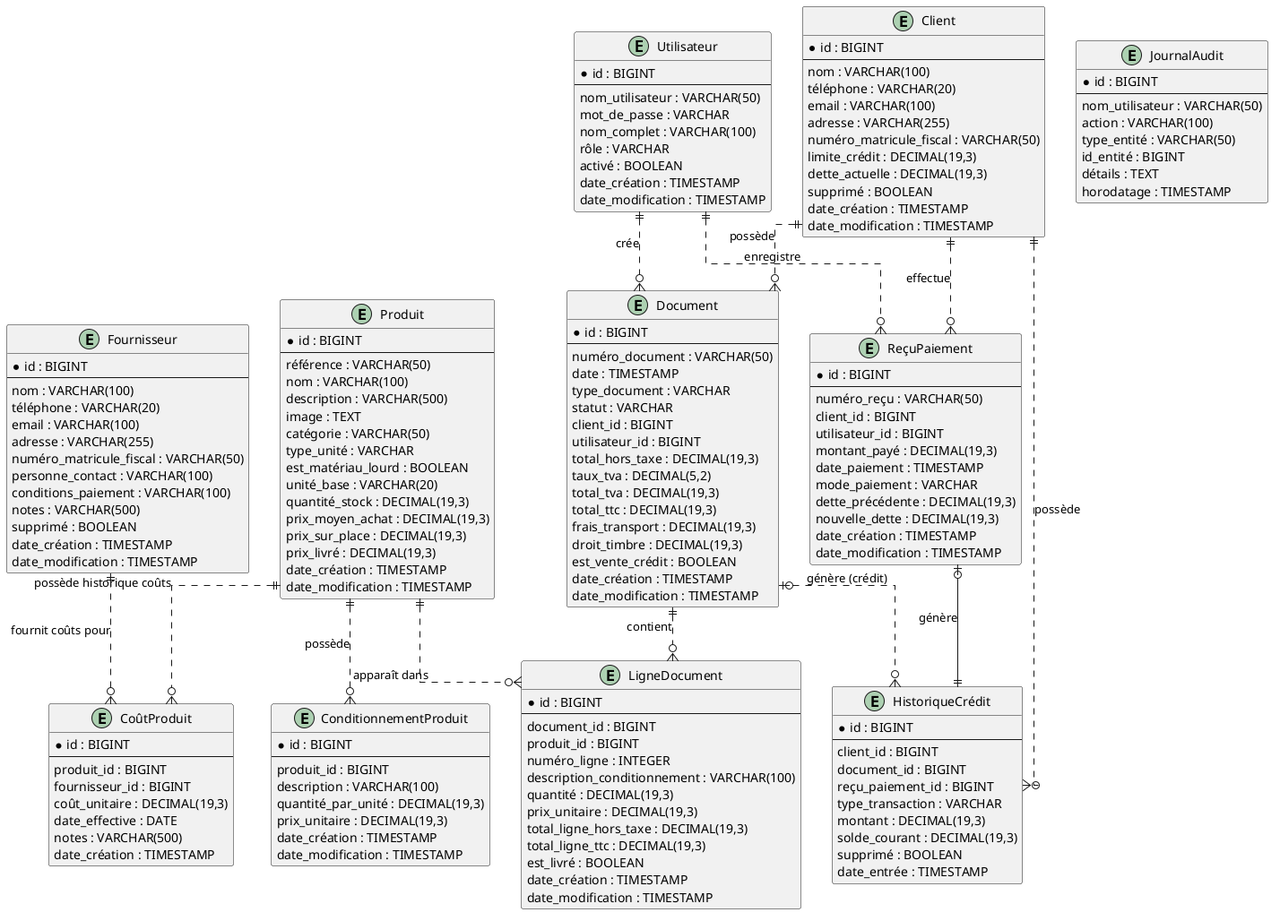
The PlantUML diagram docs/images/Relations-Entites-Magasin-Materiaux.png in mAmineChniti/hardware_store, before a commit. Its diagram source:
```plantuml
@startuml Relations Entités - Magasin de Matériaux

skinparam linetype ortho

entity "Utilisateur" as utilisateur {
  *id : BIGINT
  --
  nom_utilisateur : VARCHAR(50)
  mot_de_passe : VARCHAR
  nom_complet : VARCHAR(100)
  rôle : VARCHAR
  activé : BOOLEAN
  date_création : TIMESTAMP
  date_modification : TIMESTAMP
}

entity "Client" as client {
  *id : BIGINT
  --
  nom : VARCHAR(100)
  téléphone : VARCHAR(20)
  email : VARCHAR(100)
  adresse : VARCHAR(255)
  numéro_matricule_fiscal : VARCHAR(50)
  limite_crédit : DECIMAL(19,3)
  dette_actuelle : DECIMAL(19,3)
  supprimé : BOOLEAN
  date_création : TIMESTAMP
  date_modification : TIMESTAMP
}

entity "Fournisseur" as fournisseur {
  *id : BIGINT
  --
  nom : VARCHAR(100)
  téléphone : VARCHAR(20)
  email : VARCHAR(100)
  adresse : VARCHAR(255)
  numéro_matricule_fiscal : VARCHAR(50)
  personne_contact : VARCHAR(100)
  conditions_paiement : VARCHAR(100)
  notes : VARCHAR(500)
  supprimé : BOOLEAN
  date_création : TIMESTAMP
  date_modification : TIMESTAMP
}

entity "Produit" as produit {
  *id : BIGINT
  --
  référence : VARCHAR(50)
  nom : VARCHAR(100)
  description : VARCHAR(500)
  image : TEXT
  catégorie : VARCHAR(50)
  type_unité : VARCHAR
  est_matériau_lourd : BOOLEAN
  unité_base : VARCHAR(20)
  quantité_stock : DECIMAL(19,3)
  prix_moyen_achat : DECIMAL(19,3)
  prix_sur_place : DECIMAL(19,3)
  prix_livré : DECIMAL(19,3)
  date_création : TIMESTAMP
  date_modification : TIMESTAMP
}

entity "ConditionnementProduit" as conditionnement {
  *id : BIGINT
  --
  produit_id : BIGINT
  description : VARCHAR(100)
  quantité_par_unité : DECIMAL(19,3)
  prix_unitaire : DECIMAL(19,3)
  date_création : TIMESTAMP
  date_modification : TIMESTAMP
}

entity "CoûtProduit" as coût_produit {
  *id : BIGINT
  --
  produit_id : BIGINT
  fournisseur_id : BIGINT
  coût_unitaire : DECIMAL(19,3)
  date_effective : DATE
  notes : VARCHAR(500)
  date_création : TIMESTAMP
}

entity "Document" as document {
  *id : BIGINT
  --
  numéro_document : VARCHAR(50)
  date : TIMESTAMP
  type_document : VARCHAR
  statut : VARCHAR
  client_id : BIGINT
  utilisateur_id : BIGINT
  total_hors_taxe : DECIMAL(19,3)
  taux_tva : DECIMAL(5,2)
  total_tva : DECIMAL(19,3)
  total_ttc : DECIMAL(19,3)
  frais_transport : DECIMAL(19,3)
  droit_timbre : DECIMAL(19,3)
  est_vente_crédit : BOOLEAN
  date_création : TIMESTAMP
  date_modification : TIMESTAMP
}

entity "LigneDocument" as ligne_document {
  *id : BIGINT
  --
  document_id : BIGINT
  produit_id : BIGINT
  numéro_ligne : INTEGER
  description_conditionnement : VARCHAR(100)
  quantité : DECIMAL(19,3)
  prix_unitaire : DECIMAL(19,3)
  total_ligne_hors_taxe : DECIMAL(19,3)
  total_ligne_ttc : DECIMAL(19,3)
  est_livré : BOOLEAN
  date_création : TIMESTAMP
  date_modification : TIMESTAMP
}

entity "ReçuPaiement" as reçu_paiement {
  *id : BIGINT
  --
  numéro_reçu : VARCHAR(50)
  client_id : BIGINT
  utilisateur_id : BIGINT
  montant_payé : DECIMAL(19,3)
  date_paiement : TIMESTAMP
  mode_paiement : VARCHAR
  dette_précédente : DECIMAL(19,3)
  nouvelle_dette : DECIMAL(19,3)
  date_création : TIMESTAMP
  date_modification : TIMESTAMP
}

entity "HistoriqueCrédit" as historique_crédit {
  *id : BIGINT
  --
  client_id : BIGINT
  document_id : BIGINT
  reçu_paiement_id : BIGINT
  type_transaction : VARCHAR
  montant : DECIMAL(19,3)
  solde_courant : DECIMAL(19,3)
  supprimé : BOOLEAN
  date_entrée : TIMESTAMP
}

entity "JournalAudit" as journal_audit {
  *id : BIGINT
  --
  nom_utilisateur : VARCHAR(50)
  action : VARCHAR(100)
  type_entité : VARCHAR(50)
  id_entité : BIGINT
  détails : TEXT
  horodatage : TIMESTAMP
}


utilisateur ||..o{ document : "crée"
utilisateur ||..o{ reçu_paiement : "enregistre"

client ||..o{ document : "possède"
client ||..o{ reçu_paiement : "effectue"
client ||..o{ historique_crédit : "possède"

produit ||..o{ conditionnement : "possède"
produit ||..o{ coût_produit : "possède historique coûts"
produit ||..o{ ligne_document : "apparaît dans"

fournisseur ||..o{ coût_produit : "fournit coûts pour"

document ||..o{ ligne_document : "contient"
document |o..o{ historique_crédit : "génère (crédit)"

reçu_paiement |o--|| historique_crédit : "génère"

@enduml
```
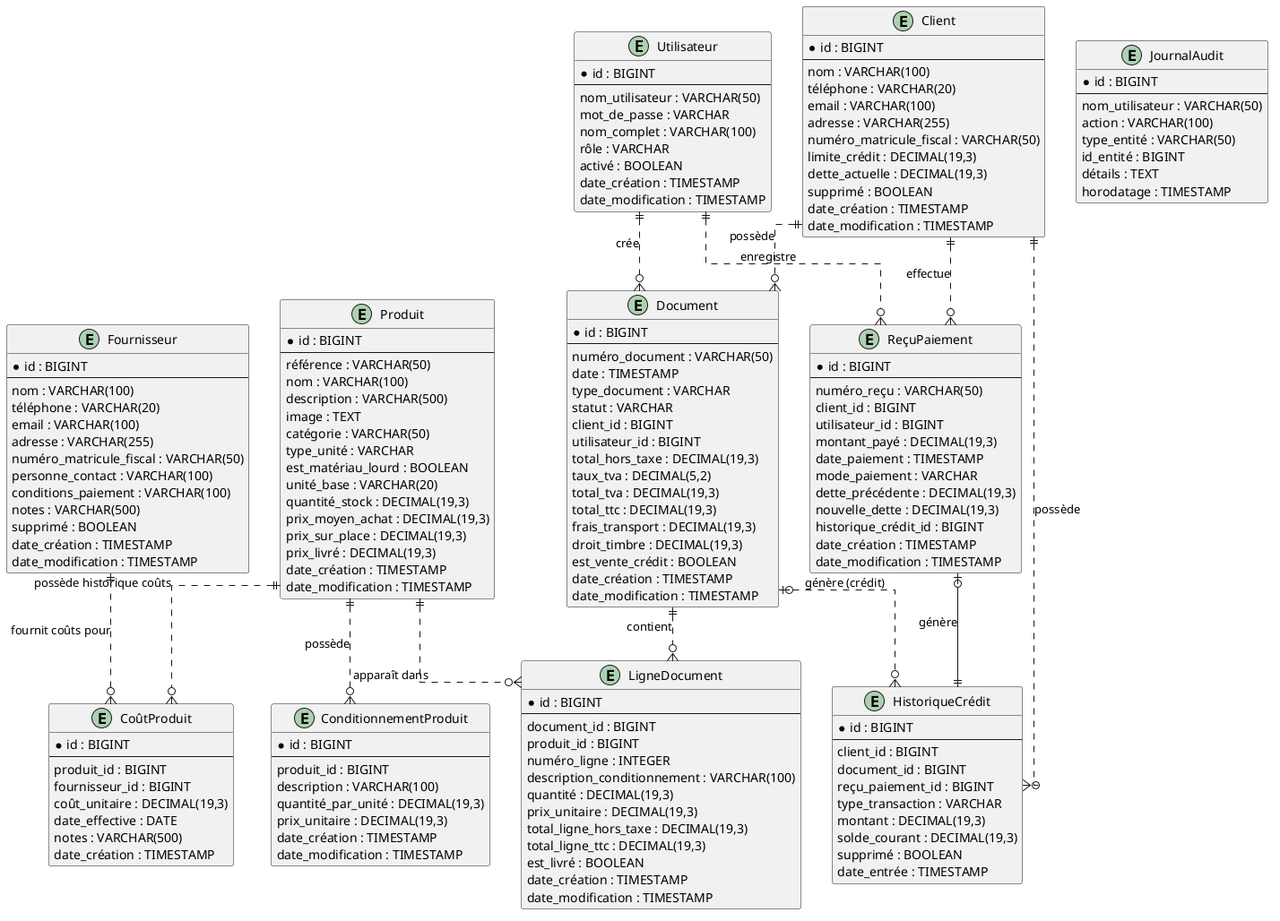
The same diagram one commit later.

The edit, as a diff of the source:
```diff
@@ -133,6 +133,7 @@
   mode_paiement : VARCHAR
   dette_précédente : DECIMAL(19,3)
   nouvelle_dette : DECIMAL(19,3)
+  historique_crédit_id : BIGINT
   date_création : TIMESTAMP
   date_modification : TIMESTAMP
 }
```
